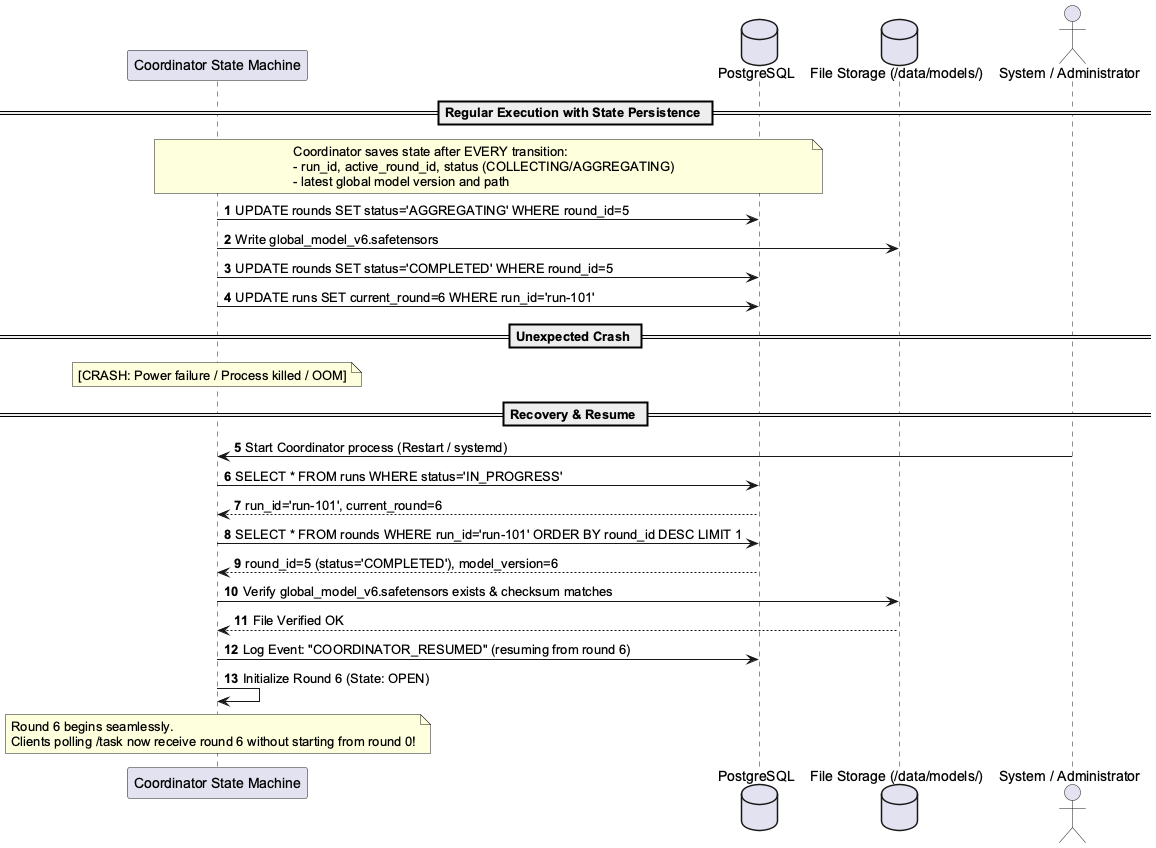
This is diagrams/sequence/Sequence_Coordinator_Crash_Resume.png from boratokerku/COMP491-Centralized-Federated-Learning-Framework, a PlantUML export, as it was before one commit. Source of this version:
```plantuml
@startuml Sequence_Coordinator_Crash_Resume
autonumber
skinparam shadowing false
skinparam defaultFontName Arial

participant Coordinator as "Coordinator State Machine"
database DB as "PostgreSQL"
database Storage as "File Storage (/data/models/)"
actor Admin as "System / Administrator"

== Regular Execution with State Persistence ==
Note over Coordinator, DB
  Coordinator saves state after EVERY transition:
  - run_id, active_round_id, status (COLLECTING/AGGREGATING)
  - latest global model version and path
end note
Coordinator -> DB : UPDATE rounds SET status='AGGREGATING' WHERE round_id=5
Coordinator -> Storage : Write global_model_v6.safetensors
Coordinator -> DB : UPDATE rounds SET status='COMPLETED' WHERE round_id=5
Coordinator -> DB : UPDATE runs SET current_round=6 WHERE run_id='run-101'

== Unexpected Crash ==
Note over Coordinator : [CRASH: Power failure / Process killed / OOM]

== Recovery & Resume ==
Admin -> Coordinator : Start Coordinator process (Restart / systemd)
Coordinator -> DB : SELECT * FROM runs WHERE status='IN_PROGRESS'
DB --> Coordinator : run_id='run-101', current_round=6
Coordinator -> DB : SELECT * FROM rounds WHERE run_id='run-101' ORDER BY round_id DESC LIMIT 1
DB --> Coordinator : round_id=5 (status='COMPLETED'), model_version=6

Coordinator -> Storage : Verify global_model_v6.safetensors exists & checksum matches
Storage --> Coordinator : File Verified OK

Coordinator -> DB : Log Event: "COORDINATOR_RESUMED" (resuming from round 6)
Coordinator -> Coordinator : Initialize Round 6 (State: OPEN)
Note over Coordinator : Round 6 begins seamlessly.\nClients polling /task now receive round 6 without starting from round 0!
@enduml
```
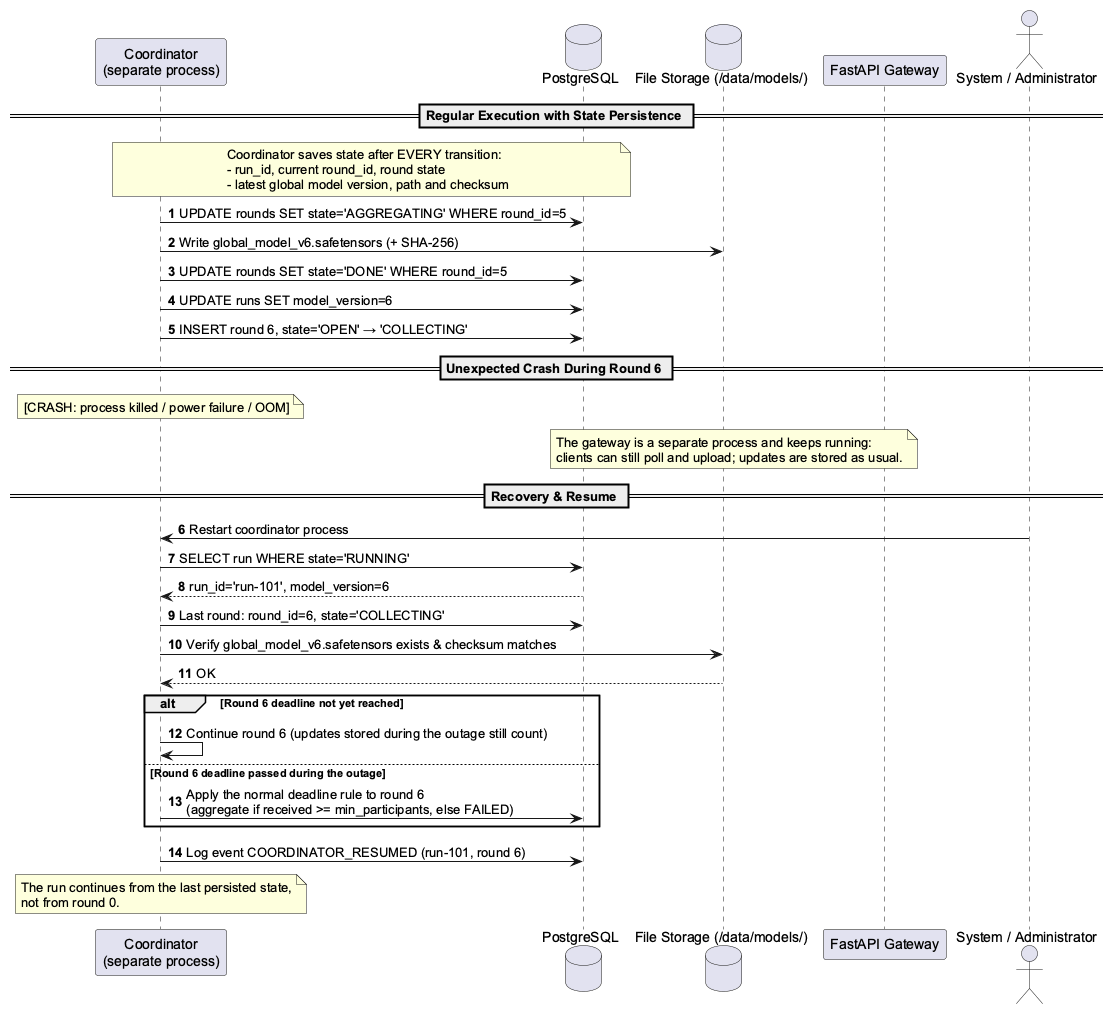
Later version of the same file.

Diff of the diagram source:
```diff
@@ -3,36 +3,45 @@
 skinparam shadowing false
 skinparam defaultFontName Arial
 
-participant Coordinator as "Coordinator State Machine"
+participant Coordinator as "Coordinator\n(separate process)"
 database DB as "PostgreSQL"
 database Storage as "File Storage (/data/models/)"
+participant Gateway as "FastAPI Gateway"
 actor Admin as "System / Administrator"
 
 == Regular Execution with State Persistence ==
 Note over Coordinator, DB
   Coordinator saves state after EVERY transition:
-  - run_id, active_round_id, status (COLLECTING/AGGREGATING)
-  - latest global model version and path
+  - run_id, current round_id, round state
+  - latest global model version, path and checksum
 end note
-Coordinator -> DB : UPDATE rounds SET status='AGGREGATING' WHERE round_id=5
-Coordinator -> Storage : Write global_model_v6.safetensors
-Coordinator -> DB : UPDATE rounds SET status='COMPLETED' WHERE round_id=5
-Coordinator -> DB : UPDATE runs SET current_round=6 WHERE run_id='run-101'
+Coordinator -> DB : UPDATE rounds SET state='AGGREGATING' WHERE round_id=5
+Coordinator -> Storage : Write global_model_v6.safetensors (+ SHA-256)
+Coordinator -> DB : UPDATE rounds SET state='DONE' WHERE round_id=5
+Coordinator -> DB : UPDATE runs SET model_version=6
+Coordinator -> DB : INSERT round 6, state='OPEN' → 'COLLECTING'
 
-== Unexpected Crash ==
-Note over Coordinator : [CRASH: Power failure / Process killed / OOM]
+== Unexpected Crash During Round 6 ==
+Note over Coordinator : [CRASH: process killed / power failure / OOM]
+Note over Gateway, DB
+  The gateway is a separate process and keeps running:
+  clients can still poll and upload; updates are stored as usual.
+end note
 
 == Recovery & Resume ==
-Admin -> Coordinator : Start Coordinator process (Restart / systemd)
-Coordinator -> DB : SELECT * FROM runs WHERE status='IN_PROGRESS'
-DB --> Coordinator : run_id='run-101', current_round=6
-Coordinator -> DB : SELECT * FROM rounds WHERE run_id='run-101' ORDER BY round_id DESC LIMIT 1
-DB --> Coordinator : round_id=5 (status='COMPLETED'), model_version=6
+Admin -> Coordinator : Restart coordinator process
+Coordinator -> DB : SELECT run WHERE state='RUNNING'
+DB --> Coordinator : run_id='run-101', model_version=6
+Coordinator -> DB : Last round: round_id=6, state='COLLECTING'
+Coordinator -> Storage : Verify global_model_v6.safetensors exists & checksum matches
+Storage --> Coordinator : OK
 
-Coordinator -> Storage : Verify global_model_v6.safetensors exists & checksum matches
-Storage --> Coordinator : File Verified OK
+alt Round 6 deadline not yet reached
+    Coordinator -> Coordinator : Continue round 6 (updates stored during the outage still count)
+else Round 6 deadline passed during the outage
+    Coordinator -> DB : Apply the normal deadline rule to round 6\n(aggregate if received >= min_participants, else FAILED)
+end
 
-Coordinator -> DB : Log Event: "COORDINATOR_RESUMED" (resuming from round 6)
-Coordinator -> Coordinator : Initialize Round 6 (State: OPEN)
-Note over Coordinator : Round 6 begins seamlessly.\nClients polling /task now receive round 6 without starting from round 0!
+Coordinator -> DB : Log event COORDINATOR_RESUMED (run-101, round 6)
+Note over Coordinator : The run continues from the last persisted state,\nnot from round 0.
 @enduml
```
